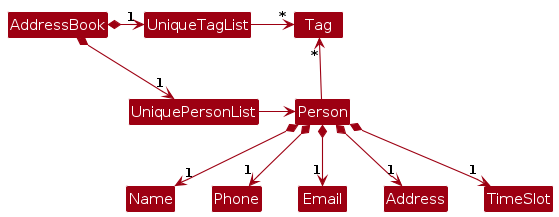
Above: diagrams/BetterModelClassDiagram.png in polyrhythmas/tp (PlantUML), before the change. Its source is kept beside it as diagrams/BetterModelClassDiagram.puml. The source it was exported from:
```plantuml
@startuml
!include style.puml
skinparam arrowThickness 1.1
skinparam arrowColor MODEL_COLOR
skinparam classBackgroundColor MODEL_COLOR

AddressBook *-right-> "1" UniquePersonList
AddressBook *-right-> "1" UniqueTagList
UniqueTagList -[hidden]down- UniquePersonList
UniqueTagList -[hidden]down- UniquePersonList

UniqueTagList -right-> "*" Tag
UniquePersonList -right-> Person

Person -up-> "*" Tag

Person *--> "1"Name
Person *--> "1"Phone
Person *--> "1"Email
Person *--> "1"Address
Person *--> "1"TimeSlot

@enduml
```
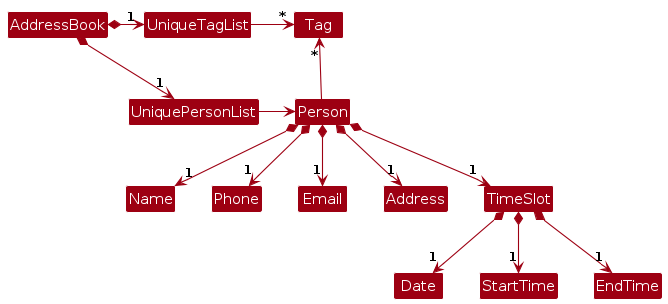
After the change.

The edit, as a diff of the source:
```diff
@@ -20,4 +20,8 @@
 Person *--> "1"Address
 Person *--> "1"TimeSlot
 
+TimeSlot *--> "1"Date
+TimeSlot *--> "1"StartTime
+TimeSlot *--> "1"EndTime
+
 @enduml
```
